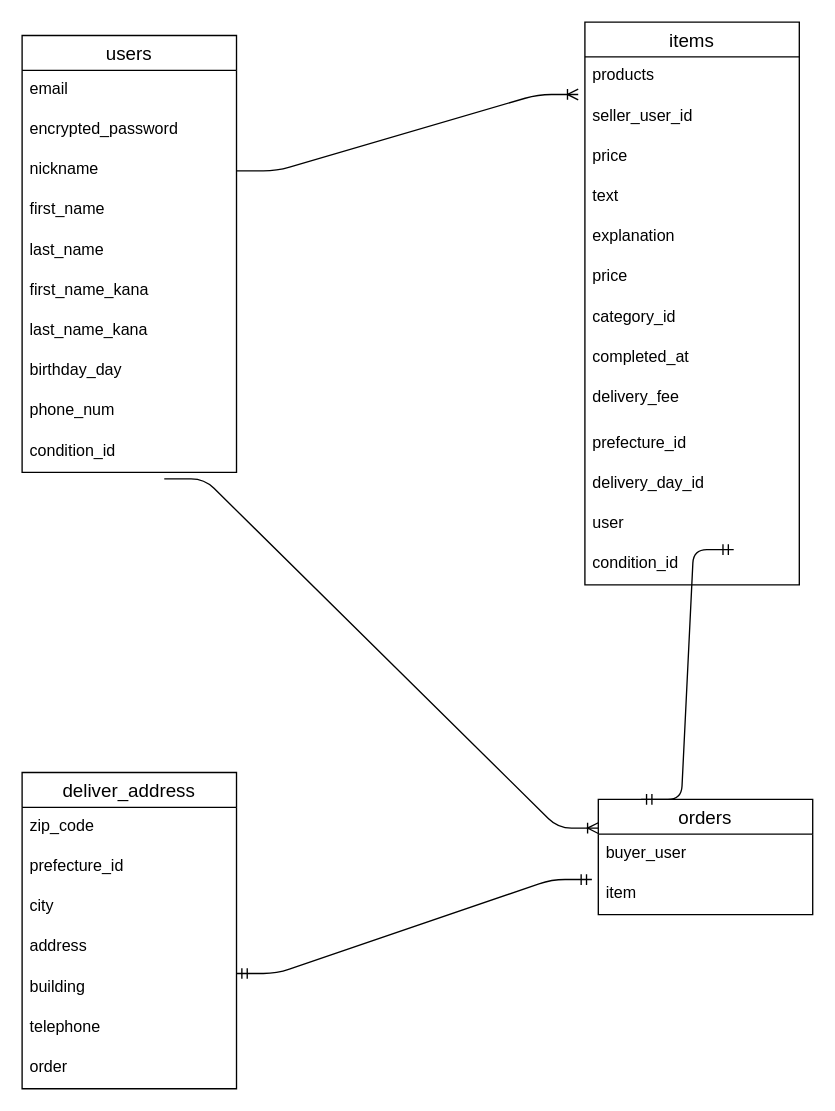
820sayama/furima-37106 keeps this draw.io diagram as test.dio. Above is the earlier version. Source tidied: cells renumbered, new cells numbered last; positions are measured from the earlier drawing's top-left corner, leaving out a move shared by most shapes. Both pictures are drawn from the tidied source at 134%, with x=0, y=0 at pixel (21, 21).
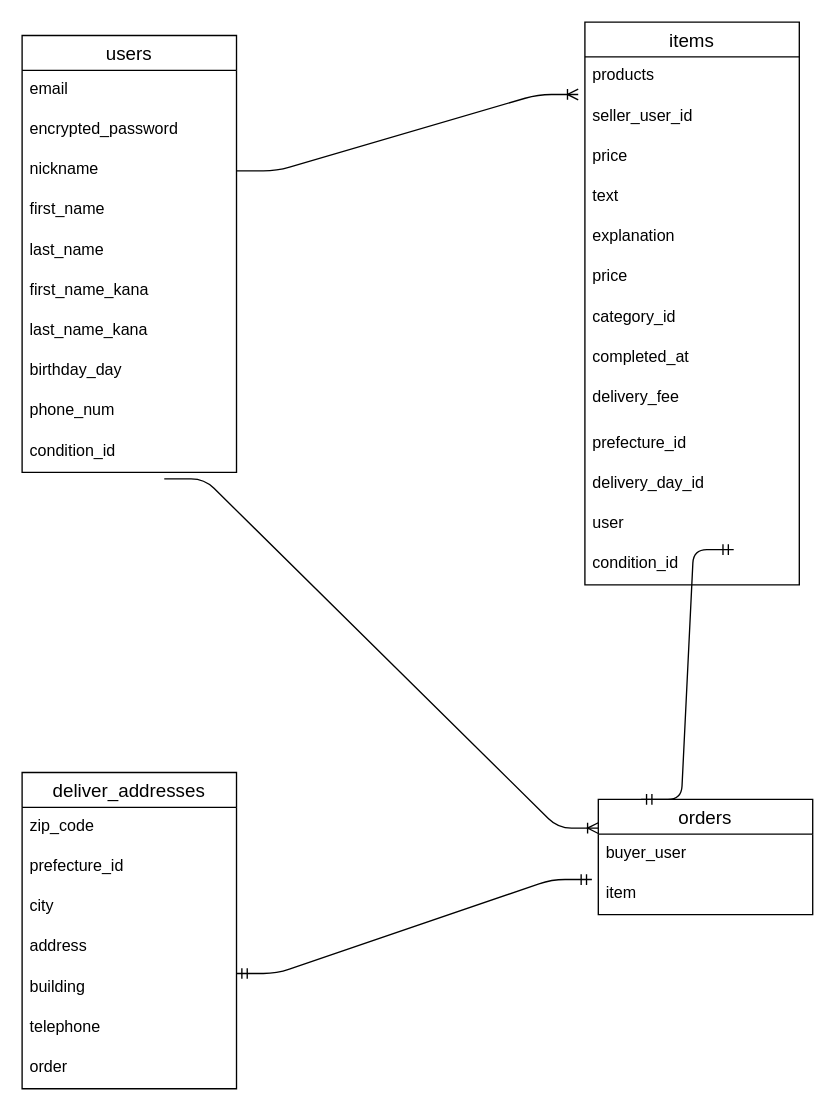
The same page after the edit.

The edit, as a diff of the source:
```diff
@@
-    <mxCell id="30" value="deliver_address" style="swimlane;fontStyle=0;horizontal=1;startSize=26;align=center;fontSize=14;" parent="1" vertex="1">
+    <mxCell id="30" value="deliver_addresses" style="swimlane;fontStyle=0;horizontal=1;startSize=26;align=center;fontSize=14;" parent="1" vertex="1">
       <mxGeometry y="560" width="160" height="236" as="geometry" />
     </mxCell>
```
